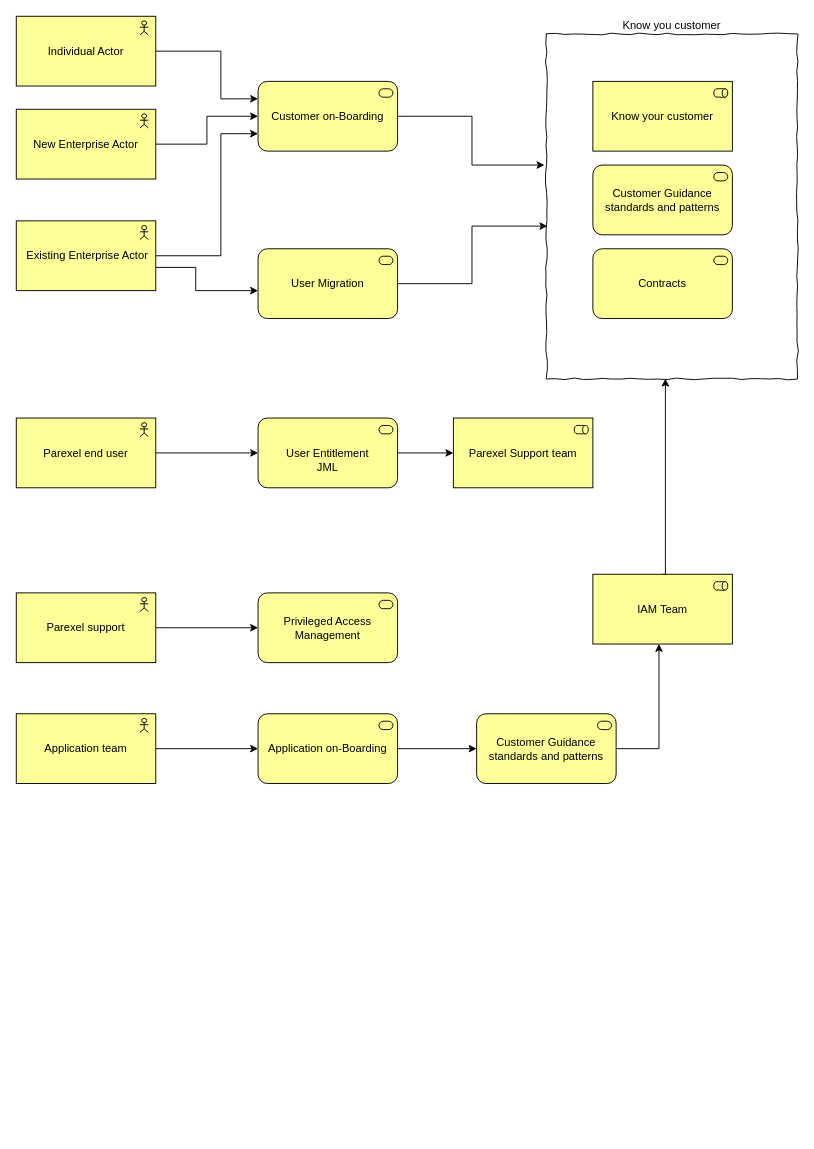
identity-mark/diagrams keeps this draw.io diagram as page "Business Architecture" (3 of 4) of Untitled Diagram.drawio. Above is the earlier version. Source tidied: cells renumbered, new cells numbered last; positions are measured from the earlier drawing's top-left corner, leaving out a move shared by most shapes. Both pictures are drawn from the tidied source at 93%, with x=0, y=0 at pixel (16, 16).
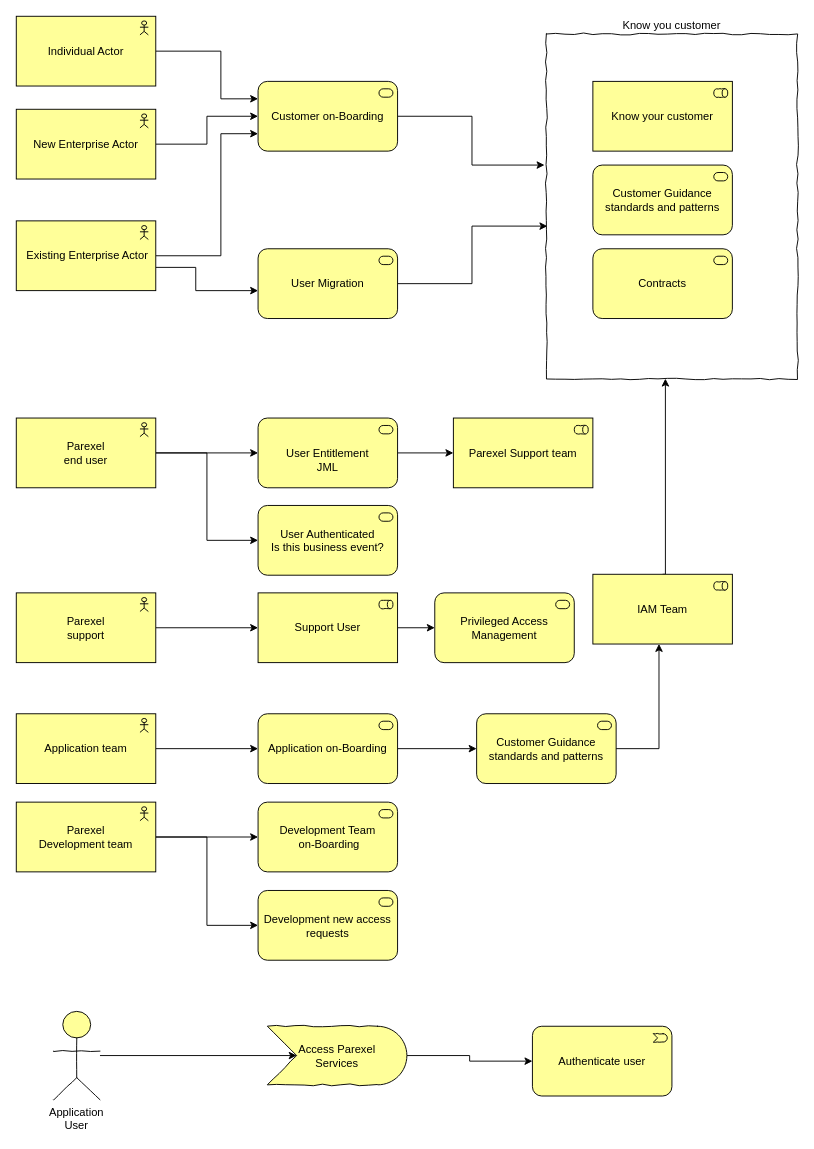
The same diagram, later.

The edit, as a diff of the source:
```diff
@@
+    <mxCell id="33" style="edgeStyle=orthogonalEdgeStyle;rounded=0;jettySize=auto;html=1;entryX=0;entryY=0.5;entryDx=0;entryDy=0;entryPerimeter=0;" parent="1" edge="1" source="7" target="34">
+      <mxGeometry relative="1" as="geometry" />
+    </mxCell>
-    <mxCell id="7" value="Parexel end user" style="html=1;outlineConnect=0;whiteSpace=wrap;fillColor=#ffff99;shape=mxgraph.archimate3.application;appType=actor;archiType=square;" parent="1" vertex="1">
+    <mxCell id="7" value="Parexel&lt;br&gt;end user" style="html=1;outlineConnect=0;whiteSpace=wrap;fillColor=#ffff99;shape=mxgraph.archimate3.application;appType=actor;archiType=square;" parent="1" vertex="1">
       <mxGeometry y="432" width="150" height="75" as="geometry" />
     </mxCell>
-    <mxCell id="8" style="edgeStyle=orthogonalEdgeStyle;rounded=0;jettySize=auto;html=1;entryX=0;entryY=0.5;entryDx=0;entryDy=0;entryPerimeter=0;" parent="1" edge="1" source="9" target="27">
+    <mxCell id="8" style="edgeStyle=orthogonalEdgeStyle;rounded=0;jettySize=auto;html=1;entryX=0;entryY=0.5;entryDx=0;entryDy=0;entryPerimeter=0;" parent="1" edge="1" source="9" target="38">
       <mxGeometry relative="1" as="geometry" />
     </mxCell>
-    <mxCell id="9" value="Parexel support" style="html=1;outlineConnect=0;whiteSpace=wrap;fillColor=#ffff99;shape=mxgraph.archimate3.application;appType=actor;archiType=square;" parent="1" vertex="1">
+    <mxCell id="9" value="Parexel&lt;br&gt;support" style="html=1;outlineConnect=0;whiteSpace=wrap;fillColor=#ffff99;shape=mxgraph.archimate3.application;appType=actor;archiType=square;" parent="1" vertex="1">
       <mxGeometry y="620" width="150" height="75" as="geometry" />
     </mxCell>
@@
     <mxCell id="27" value="Privileged Access Management" style="html=1;outlineConnect=0;whiteSpace=wrap;fillColor=#ffff99;shape=mxgraph.archimate3.application;appType=serv;archiType=rounded;" parent="1" vertex="1">
-      <mxGeometry x="260" y="620" width="150" height="75" as="geometry" />
+      <mxGeometry x="450" y="620" width="150" height="75" as="geometry" />
     </mxCell>
@@
+    <mxCell id="34" value="User Authenticated&lt;br&gt;Is this business event?" style="html=1;outlineConnect=0;whiteSpace=wrap;fillColor=#ffff99;shape=mxgraph.archimate3.application;appType=serv;archiType=rounded;" parent="1" vertex="1">
+      <mxGeometry x="260" y="526" width="150" height="75" as="geometry" />
+    </mxCell>
+    <mxCell id="35" style="edgeStyle=orthogonalEdgeStyle;rounded=0;jettySize=auto;html=1;entryX=0;entryY=0;entryDx=31.499999999999996;entryDy=31.499999999999996;entryPerimeter=0;" parent="1" edge="1" source="36" target="40">
+      <mxGeometry relative="1" as="geometry" />
+    </mxCell>
+    <mxCell id="36" value="Application User" style="html=1;outlineConnect=0;whiteSpace=wrap;fillColor=#ffff99;verticalLabelPosition=bottom;verticalAlign=top;align=center;shape=mxgraph.archimate3.actor;comic=1;" parent="1" vertex="1">
+      <mxGeometry x="40" y="1070" width="50" height="95" as="geometry" />
+    </mxCell>
+    <mxCell id="37" style="edgeStyle=orthogonalEdgeStyle;rounded=0;jettySize=auto;html=1;entryX=0;entryY=0.5;entryDx=0;entryDy=0;entryPerimeter=0;" parent="1" edge="1" source="38" target="27">
+      <mxGeometry relative="1" as="geometry" />
+    </mxCell>
+    <mxCell id="38" value="Support User" style="html=1;outlineConnect=0;whiteSpace=wrap;fillColor=#ffff99;shape=mxgraph.archimate3.application;appType=role;archiType=square;comic=1;" parent="1" vertex="1">
+      <mxGeometry x="260" y="620" width="150" height="75" as="geometry" />
+    </mxCell>
+    <mxCell id="39" style="edgeStyle=orthogonalEdgeStyle;rounded=0;jettySize=auto;html=1;entryX=0;entryY=0.5;entryDx=0;entryDy=0;entryPerimeter=0;" parent="1" edge="1" source="40" target="41">
+      <mxGeometry relative="1" as="geometry" />
+    </mxCell>
+    <mxCell id="40" value="Access Parexel&lt;br&gt;Services" style="html=1;outlineConnect=0;whiteSpace=wrap;fillColor=#ffff99;shape=mxgraph.archimate3.event;comic=1;" parent="1" vertex="1">
+      <mxGeometry x="270" y="1086" width="150" height="63" as="geometry" />
+    </mxCell>
+    <mxCell id="41" value="Authenticate user" style="html=1;outlineConnect=0;whiteSpace=wrap;fillColor=#ffff99;shape=mxgraph.archimate3.application;appType=event;archiType=rounded;comic=1;" parent="1" vertex="1">
+      <mxGeometry x="555" y="1086" width="150" height="75" as="geometry" />
+    </mxCell>
+    <mxCell id="42" value="Development Team&lt;br&gt;&amp;nbsp;on-Boarding" style="html=1;outlineConnect=0;whiteSpace=wrap;fillColor=#ffff99;shape=mxgraph.archimate3.application;appType=serv;archiType=rounded;" parent="1" vertex="1">
+      <mxGeometry x="260" y="845" width="150" height="75" as="geometry" />
+    </mxCell>
+    <mxCell id="43" style="edgeStyle=orthogonalEdgeStyle;rounded=0;jettySize=auto;html=1;entryX=0;entryY=0.5;entryDx=0;entryDy=0;entryPerimeter=0;" parent="1" edge="1" source="45" target="42">
+      <mxGeometry relative="1" as="geometry" />
+    </mxCell>
+    <mxCell id="44" style="edgeStyle=orthogonalEdgeStyle;rounded=0;jettySize=auto;html=1;entryX=0;entryY=0.5;entryDx=0;entryDy=0;entryPerimeter=0;" parent="1" edge="1" source="45" target="46">
+      <mxGeometry relative="1" as="geometry" />
+    </mxCell>
+    <mxCell id="45" value="Parexel&lt;br&gt;Development team" style="html=1;outlineConnect=0;whiteSpace=wrap;fillColor=#ffff99;shape=mxgraph.archimate3.application;appType=actor;archiType=square;" parent="1" vertex="1">
+      <mxGeometry y="845" width="150" height="75" as="geometry" />
+    </mxCell>
+    <mxCell id="46" value="Development new access requests" style="html=1;outlineConnect=0;whiteSpace=wrap;fillColor=#ffff99;shape=mxgraph.archimate3.application;appType=serv;archiType=rounded;" parent="1" vertex="1">
+      <mxGeometry x="260" y="940" width="150" height="75" as="geometry" />
+    </mxCell>
```
